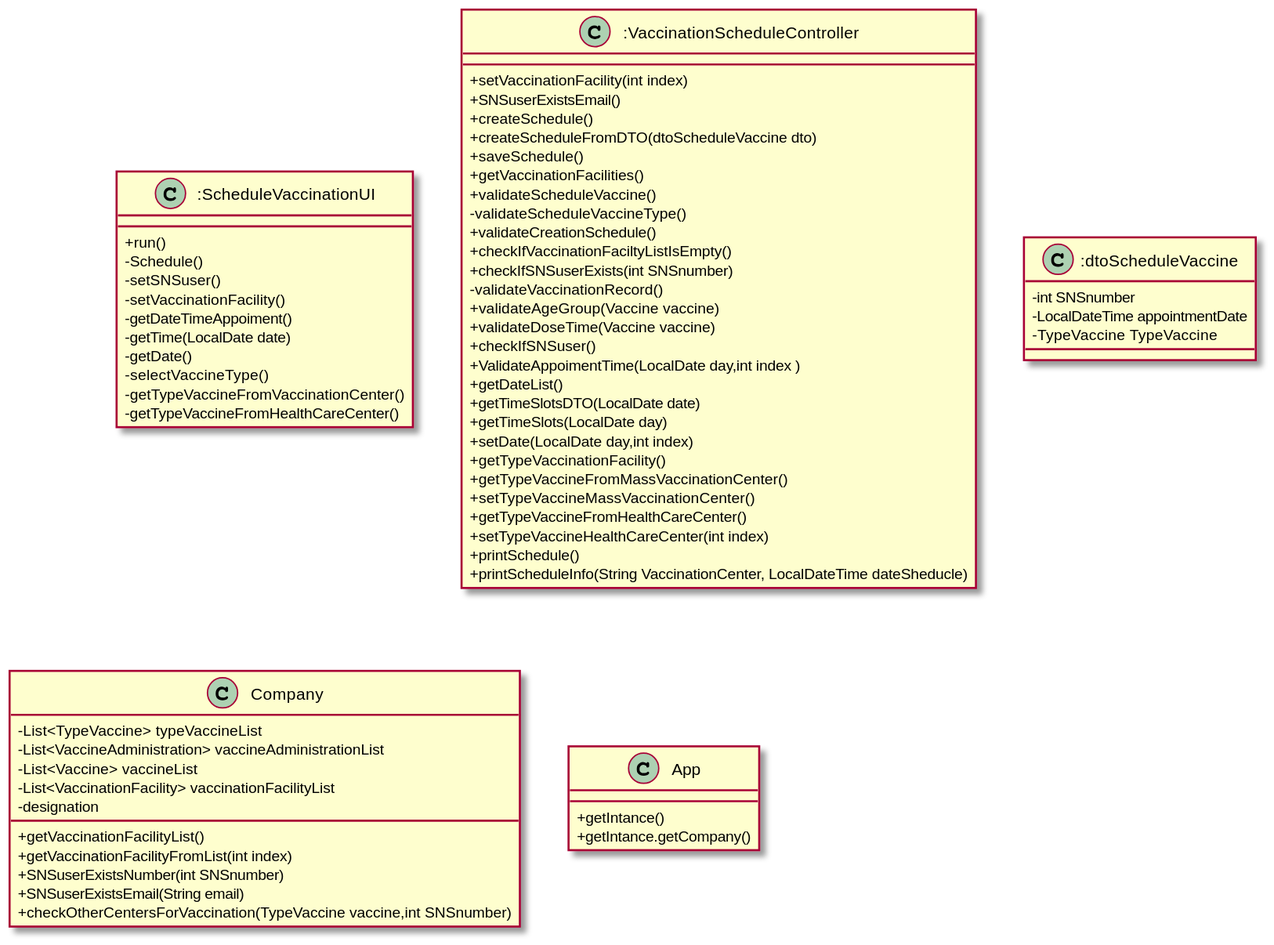
Before: docs/SprintC/US001/US001_CD.svg, a diagram exported from PlantUML (osnilas/SNSsystem).
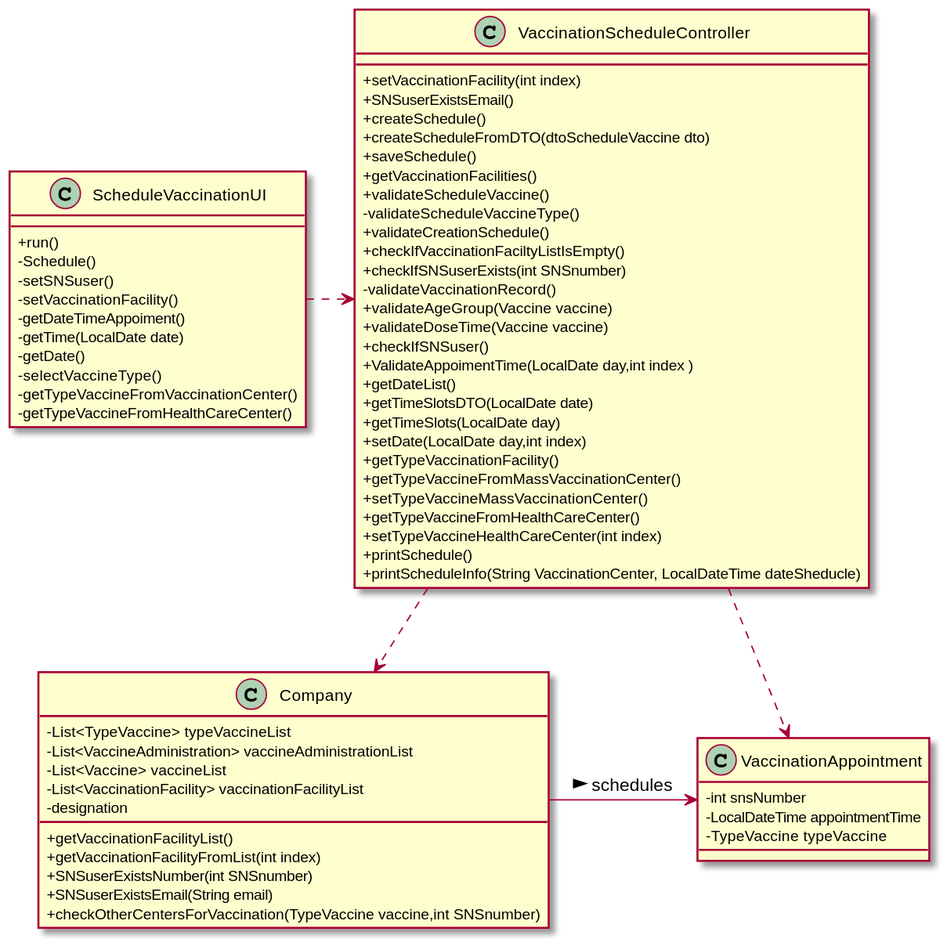
Later version of the same file.

The edit, as a diff of the source:
```diff
@@ -1,7 +1,9 @@
 @startuml
 skinparam classAttributeIconSize 0
 
-Class :ScheduleVaccinationUI {
+ScheduleVaccinationUI .> VaccinationScheduleController
+
+Class ScheduleVaccinationUI {
 +run()
 -Schedule()
 -setSNSuser()
@@ -14,7 +16,9 @@
 -getTypeVaccineFromHealthCareCenter()
 }
 
-Class :VaccinationScheduleController {
+VaccinationScheduleController..>Company
+
+Class VaccinationScheduleController {
 +setVaccinationFacility(int index)
 +SNSuserExistsEmail()
 +createSchedule()
@@ -44,12 +48,8 @@
 +printScheduleInfo(String VaccinationCenter, LocalDateTime dateSheducle)
 }
 
-Class :dtoScheduleVaccine {
--int SNSnumber
--LocalDateTime appointmentDate
--TypeVaccine TypeVaccine
+VaccinationScheduleController..>VaccinationAppointment
 
-}
 
 Class Company{
 -List<TypeVaccine> typeVaccineList
@@ -63,10 +63,12 @@
     +SNSuserExistsEmail(String email)
     +checkOtherCentersForVaccination(TypeVaccine vaccine,int SNSnumber)
 }
+Company  ->  VaccinationAppointment : > schedules
 
-Class App{
-+getIntance()
-+getIntance.getCompany()
+Class VaccinationAppointment{
+-int snsNumber
+-LocalDateTime appointmentTime
+-TypeVaccine typeVaccine
 }
 
 
```
